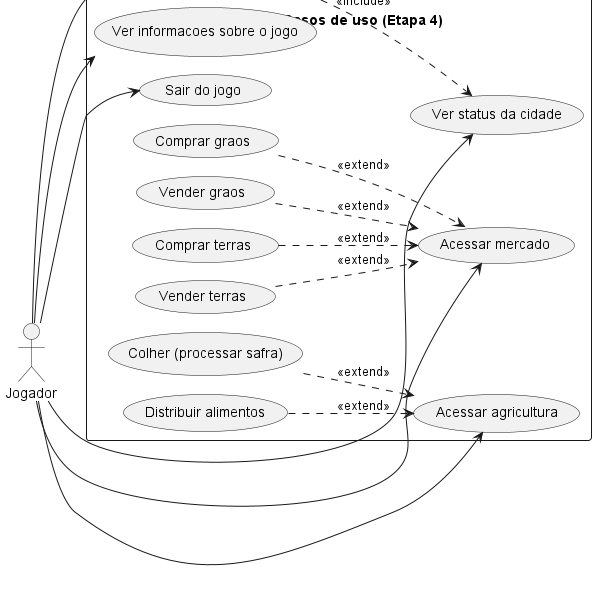
JoaoPauloQC/bolonha-milano keeps this PlantUML diagram as casos-de-uso/diagrama-casos-de-uso.png. Above is the earlier version.
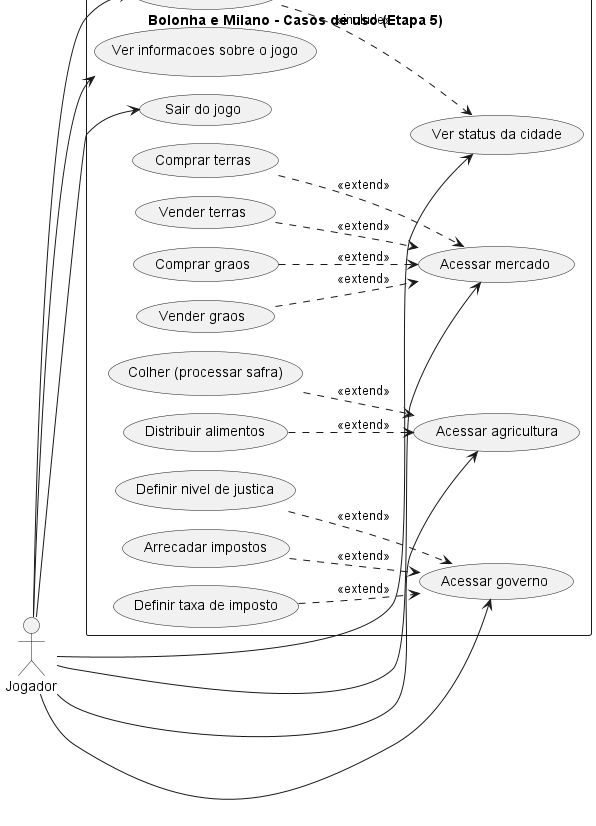
The same file after the commit.

Commit message:
etapa 5: diagramas atualizados

What changed in the source:
```diff
@@ -1,6 +1,6 @@
 @startuml diagrama-casos-de-uso
 !pragma layout smetana
-title Bolonha e Milano - Casos de uso (Etapa 4)
+title Bolonha e Milano - Casos de uso (Etapa 5)
 left to right direction
 
 actor Jogador
@@ -10,6 +10,7 @@
   usecase "Ver status da cidade" as UC2
   usecase "Acessar mercado" as UC3
   usecase "Acessar agricultura" as UC4
+  usecase "Acessar governo" as UC5
   usecase "Ver informacoes sobre o jogo" as UC9
   usecase "Sair do jogo" as UC10
 
@@ -20,12 +21,17 @@
 
   usecase "Colher (processar safra)" as A1
   usecase "Distribuir alimentos" as A2
+
+  usecase "Arrecadar impostos" as G1
+  usecase "Definir taxa de imposto" as G2
+  usecase "Definir nivel de justica" as G3
 }
 
 Jogador --> UC1
 Jogador --> UC2
 Jogador --> UC3
 Jogador --> UC4
+Jogador --> UC5
 Jogador --> UC9
 Jogador --> UC10
 UC1 ..> UC2 : <<include>>
@@ -37,4 +43,8 @@
 
 A1 ..> UC4 : <<extend>>
 A2 ..> UC4 : <<extend>>
+
+G1 ..> UC5 : <<extend>>
+G2 ..> UC5 : <<extend>>
+G3 ..> UC5 : <<extend>>
 @enduml
```
